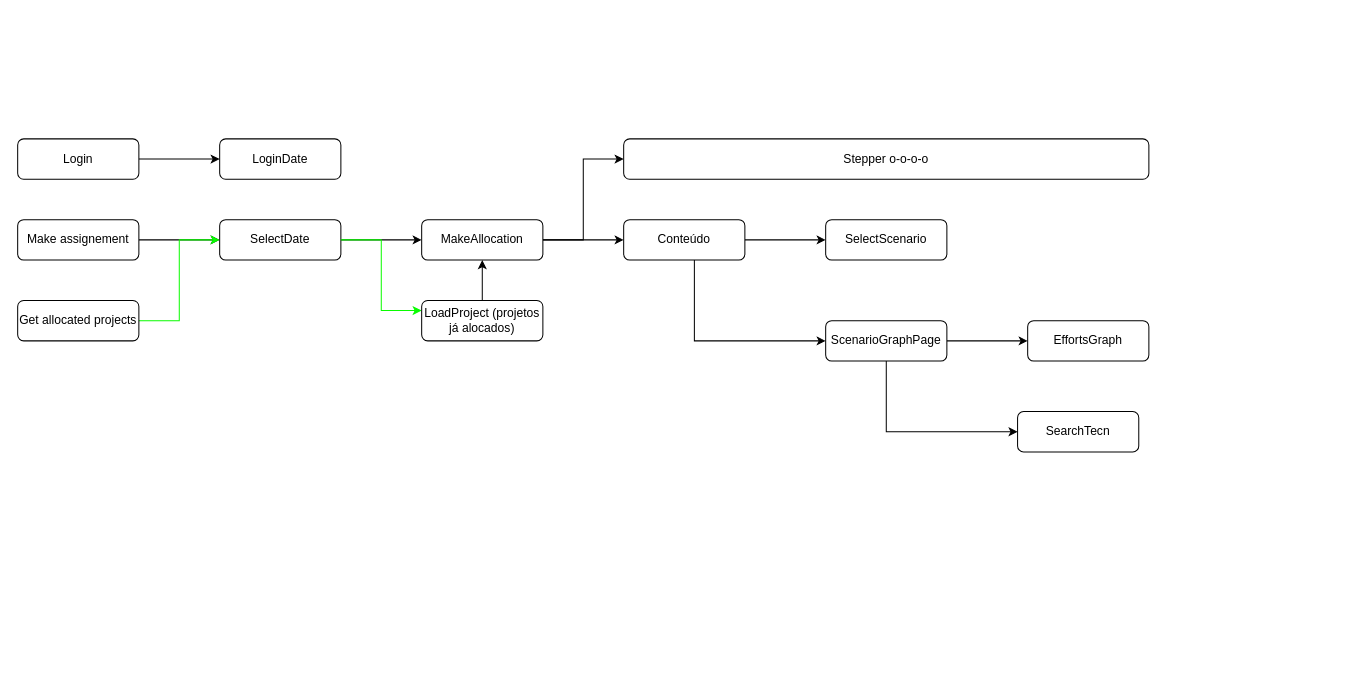
El-Banderas/ANI2 keeps this draw.io diagram as ani2/Documentation/PagesComponents.drawio. Above is the earlier version. Source tidied: cells renumbered, new cells numbered last; positions are measured from the earlier drawing's top-left corner, leaving out a move shared by most shapes. Both pictures are drawn from the tidied source at 101%, with x=0, y=0 at pixel (17, 138).
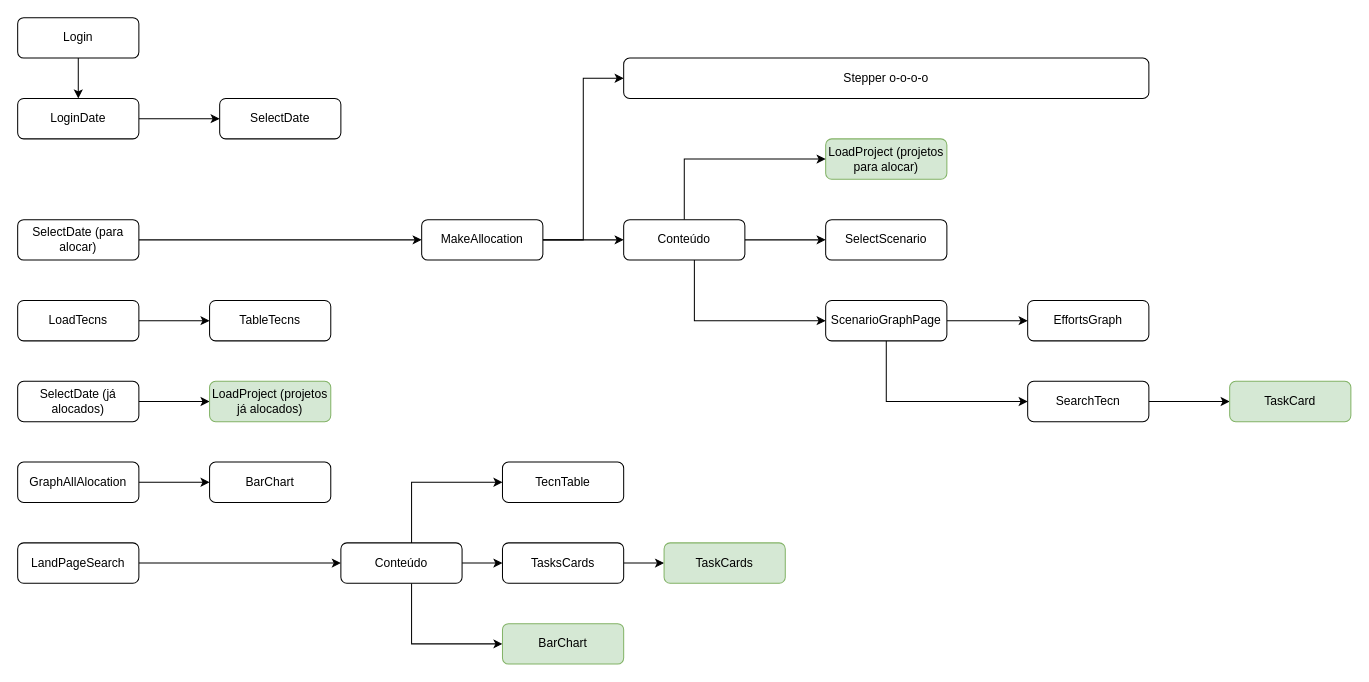
The same page after the edit.

The change refers to these unchanged cells:
```xml
<mxCell id="8" value="MakeAllocation" style="rounded=1;whiteSpace=wrap;html=1;" parent="1" vertex="1">
  <mxGeometry x="400" y="80" width="120" height="40" as="geometry" />
</mxCell>
<mxCell id="20" value="Conteúdo" style="rounded=1;whiteSpace=wrap;html=1;" parent="1" vertex="1">
  <mxGeometry x="600" y="80" width="120" height="40" as="geometry" />
</mxCell>
```

What changed in the source:
```diff
@@
-    <mxCell id="2" style="edgeStyle=orthogonalEdgeStyle;rounded=0;jettySize=auto;html=1;" parent="1" edge="1" source="3" target="5">
-      <mxGeometry relative="1" as="geometry" />
-    </mxCell>
-    <mxCell id="3" value="Make assignement" style="rounded=1;whiteSpace=wrap;html=1;" parent="1" vertex="1">
-      <mxGeometry y="80" width="120" height="40" as="geometry" />
-    </mxCell>
@@
-    <mxCell id="5" value="SelectDate" style="rounded=1;whiteSpace=wrap;html=1;" parent="1" vertex="1">
-      <mxGeometry x="200" y="80" width="120" height="40" as="geometry" />
+    <mxCell id="5" value="SelectDate (para alocar)" style="rounded=1;whiteSpace=wrap;html=1;" parent="1" vertex="1">
+      <mxGeometry y="80" width="120" height="40" as="geometry" />
     </mxCell>
@@
     <mxCell id="10" value="Login" style="rounded=1;whiteSpace=wrap;html=1;" parent="1" vertex="1">
-      <mxGeometry width="120" height="40" as="geometry" />
+      <mxGeometry y="-120" width="120" height="40" as="geometry" />
     </mxCell>
+    <mxCell id="27" style="edgeStyle=orthogonalEdgeStyle;rounded=0;jettySize=auto;html=1;" parent="1" edge="1" source="11" target="31">
+      <mxGeometry relative="1" as="geometry" />
+    </mxCell>
     <mxCell id="11" value="LoginDate" style="rounded=1;whiteSpace=wrap;html=1;" parent="1" vertex="1">
-      <mxGeometry x="200" width="120" height="40" as="geometry" />
+      <mxGeometry y="-40" width="120" height="40" as="geometry" />
     </mxCell>
-    <mxCell id="12" style="edgeStyle=orthogonalEdgeStyle;rounded=0;jettySize=auto;html=1;entryX=0;entryY=0.5;entryDx=0;entryDy=0;fillColor=#60a917;strokeColor=#09FC00;" parent="1" edge="1" source="13" target="5">
-      <mxGeometry relative="1" as="geometry" />
-    </mxCell>
-    <mxCell id="13" value="Get allocated projects" style="rounded=1;whiteSpace=wrap;html=1;" parent="1" vertex="1">
-      <mxGeometry y="160" width="120" height="40" as="geometry" />
-    </mxCell>
-    <mxCell id="14" style="edgeStyle=orthogonalEdgeStyle;rounded=0;jettySize=auto;html=1;fillColor=#60a917;strokeColor=#09FC00;exitX=1;exitY=0.5;exitDx=0;exitDy=0;" parent="1" edge="1" source="5">
-      <mxGeometry relative="1" as="geometry">
-        <mxPoint x="400" y="170" as="targetPoint" />
-        <Array as="points">
-          <mxPoint x="360" y="100" />
-          <mxPoint x="360" y="170" />
-        </Array>
-      </mxGeometry>
-    </mxCell>
-    <mxCell id="15" style="edgeStyle=orthogonalEdgeStyle;rounded=0;jettySize=auto;html=1;" parent="1" edge="1" source="16" target="8">
-      <mxGeometry relative="1" as="geometry" />
-    </mxCell>
+    <mxCell id="28" style="edgeStyle=orthogonalEdgeStyle;rounded=0;jettySize=auto;html=1;exitX=1;exitY=0.5;exitDx=0;exitDy=0;" parent="1" edge="1" source="33" target="32">
+      <mxGeometry relative="1" as="geometry" />
+    </mxCell>
-    <mxCell id="16" value="LoadProject (projetos já alocados)" style="rounded=1;whiteSpace=wrap;html=1;" parent="1" vertex="1">
-      <mxGeometry x="400" y="160" width="120" height="40" as="geometry" />
+    <mxCell id="16" value="LoadProject (projetos para alocar)" style="rounded=1;whiteSpace=wrap;html=1;fillColor=#d5e8d4;strokeColor=#82b366;" parent="1" vertex="1">
+      <mxGeometry x="800" width="120" height="40" as="geometry" />
     </mxCell>
     <mxCell id="17" value="Stepper o-o-o-o" style="rounded=1;whiteSpace=wrap;html=1;" parent="1" vertex="1">
-      <mxGeometry x="600" width="520" height="40" as="geometry" />
+      <mxGeometry x="600" y="-80" width="520" height="40" as="geometry" />
     </mxCell>
@@
     <mxCell id="19" style="edgeStyle=orthogonalEdgeStyle;rounded=0;jettySize=auto;html=1;" parent="1" edge="1" source="20" target="24">
       <mxGeometry relative="1" as="geometry">
         <Array as="points">
-          <mxPoint x="670" y="200" />
+          <mxPoint x="670" y="180" />
         </Array>
       </mxGeometry>
     </mxCell>
+    <mxCell id="29" style="edgeStyle=orthogonalEdgeStyle;rounded=0;jettySize=auto;html=1;entryX=0;entryY=0.5;entryDx=0;entryDy=0;" parent="1" edge="1" source="20" target="16">
+      <mxGeometry relative="1" as="geometry">
+        <Array as="points">
+          <mxPoint x="660" y="20" />
+        </Array>
+      </mxGeometry>
+    </mxCell>
@@
     <mxCell id="23" style="edgeStyle=orthogonalEdgeStyle;rounded=0;jettySize=auto;html=1;" parent="1" edge="1" source="24" target="26">
       <mxGeometry relative="1" as="geometry">
         <Array as="points">
-          <mxPoint x="860" y="290" />
+          <mxPoint x="860" y="260" />
         </Array>
       </mxGeometry>
     </mxCell>
     <mxCell id="24" value="ScenarioGraphPage" style="rounded=1;whiteSpace=wrap;html=1;" parent="1" vertex="1">
-      <mxGeometry x="800" y="180" width="120" height="40" as="geometry" />
+      <mxGeometry x="800" y="160" width="120" height="40" as="geometry" />
     </mxCell>
     <mxCell id="25" value="EffortsGraph" style="rounded=1;whiteSpace=wrap;html=1;" parent="1" vertex="1">
-      <mxGeometry x="1000" y="180" width="120" height="40" as="geometry" />
+      <mxGeometry x="1000" y="160" width="120" height="40" as="geometry" />
     </mxCell>
+    <mxCell id="30" style="edgeStyle=orthogonalEdgeStyle;rounded=0;jettySize=auto;html=1;" parent="1" edge="1" source="26" target="49">
+      <mxGeometry relative="1" as="geometry" />
+    </mxCell>
     <mxCell id="26" value="SearchTecn" style="rounded=1;whiteSpace=wrap;html=1;" parent="1" vertex="1">
-      <mxGeometry x="990" y="270" width="120" height="40" as="geometry" />
+      <mxGeometry x="1000" y="240" width="120" height="40" as="geometry" />
     </mxCell>
+    <mxCell id="31" value="SelectDate" style="rounded=1;whiteSpace=wrap;html=1;" parent="1" vertex="1">
+      <mxGeometry x="200" y="-40" width="120" height="40" as="geometry" />
+    </mxCell>
+    <mxCell id="32" value="TableTecns" style="rounded=1;whiteSpace=wrap;html=1;" parent="1" vertex="1">
+      <mxGeometry x="190" y="160" width="120" height="40" as="geometry" />
+    </mxCell>
+    <mxCell id="33" value="LoadTecns" style="rounded=1;whiteSpace=wrap;html=1;" parent="1" vertex="1">
+      <mxGeometry y="160" width="120" height="40" as="geometry" />
+    </mxCell>
+    <mxCell id="34" style="edgeStyle=orthogonalEdgeStyle;rounded=0;jettySize=auto;html=1;exitX=1;exitY=0.5;exitDx=0;exitDy=0;" parent="1" edge="1" source="36" target="35">
+      <mxGeometry relative="1" as="geometry" />
+    </mxCell>
+    <mxCell id="35" value="LoadProject (projetos já alocados)" style="rounded=1;whiteSpace=wrap;html=1;fillColor=#d5e8d4;strokeColor=#82b366;" parent="1" vertex="1">
+      <mxGeometry x="190" y="240" width="120" height="40" as="geometry" />
+    </mxCell>
+    <mxCell id="36" value="SelectDate (já alocados)" style="rounded=1;whiteSpace=wrap;html=1;" parent="1" vertex="1">
+      <mxGeometry y="240" width="120" height="40" as="geometry" />
+    </mxCell>
+    <mxCell id="37" style="edgeStyle=orthogonalEdgeStyle;rounded=0;jettySize=auto;html=1;exitX=1;exitY=0.5;exitDx=0;exitDy=0;" parent="1" edge="1" source="39" target="38">
+      <mxGeometry relative="1" as="geometry" />
+    </mxCell>
+    <mxCell id="38" value="BarChart" style="rounded=1;whiteSpace=wrap;html=1;" parent="1" vertex="1">
+      <mxGeometry x="190" y="320" width="120" height="40" as="geometry" />
+    </mxCell>
+    <mxCell id="39" value="GraphAllAlocation" style="rounded=1;whiteSpace=wrap;html=1;" parent="1" vertex="1">
+      <mxGeometry y="320" width="120" height="40" as="geometry" />
+    </mxCell>
+    <mxCell id="40" style="edgeStyle=orthogonalEdgeStyle;rounded=0;jettySize=auto;html=1;exitX=1;exitY=0.5;exitDx=0;exitDy=0;" parent="1" edge="1" source="45" target="44">
+      <mxGeometry relative="1" as="geometry" />
+    </mxCell>
+    <mxCell id="41" style="edgeStyle=orthogonalEdgeStyle;rounded=0;jettySize=auto;html=1;" parent="1" edge="1" source="44" target="46">
+      <mxGeometry relative="1" as="geometry">
+        <Array as="points">
+          <mxPoint x="390" y="340" />
+        </Array>
+      </mxGeometry>
+    </mxCell>
+    <mxCell id="42" style="edgeStyle=orthogonalEdgeStyle;rounded=0;jettySize=auto;html=1;" parent="1" edge="1" source="44" target="48">
+      <mxGeometry relative="1" as="geometry" />
+    </mxCell>
+    <mxCell id="43" style="edgeStyle=orthogonalEdgeStyle;rounded=0;jettySize=auto;html=1;entryX=0;entryY=0.5;entryDx=0;entryDy=0;" parent="1" edge="1" source="44" target="51">
+      <mxGeometry relative="1" as="geometry">
+        <Array as="points">
+          <mxPoint x="390" y="500" />
+        </Array>
+      </mxGeometry>
+    </mxCell>
+    <mxCell id="44" value="Conteúdo" style="rounded=1;whiteSpace=wrap;html=1;" parent="1" vertex="1">
+      <mxGeometry x="320" y="400" width="120" height="40" as="geometry" />
+    </mxCell>
+    <mxCell id="45" value="LandPageSearch" style="rounded=1;whiteSpace=wrap;html=1;" parent="1" vertex="1">
+      <mxGeometry y="400" width="120" height="40" as="geometry" />
+    </mxCell>
+    <mxCell id="46" value="TecnTable" style="rounded=1;whiteSpace=wrap;html=1;" parent="1" vertex="1">
+      <mxGeometry x="480" y="320" width="120" height="40" as="geometry" />
+    </mxCell>
+    <mxCell id="47" style="edgeStyle=orthogonalEdgeStyle;rounded=0;jettySize=auto;html=1;" parent="1" edge="1" source="48" target="50">
+      <mxGeometry relative="1" as="geometry" />
+    </mxCell>
+    <mxCell id="48" value="TasksCards" style="rounded=1;whiteSpace=wrap;html=1;" parent="1" vertex="1">
+      <mxGeometry x="480" y="400" width="120" height="40" as="geometry" />
+    </mxCell>
+    <mxCell id="49" value="TaskCard" style="rounded=1;whiteSpace=wrap;html=1;fillColor=#d5e8d4;strokeColor=#82b366;" parent="1" vertex="1">
+      <mxGeometry x="1200" y="240" width="120" height="40" as="geometry" />
+    </mxCell>
+    <mxCell id="50" value="TaskCards" style="rounded=1;whiteSpace=wrap;html=1;fillColor=#d5e8d4;strokeColor=#82b366;" parent="1" vertex="1">
+      <mxGeometry x="640" y="400" width="120" height="40" as="geometry" />
+    </mxCell>
+    <mxCell id="51" value="BarChart" style="rounded=1;whiteSpace=wrap;html=1;fillColor=#d5e8d4;strokeColor=#82b366;" parent="1" vertex="1">
+      <mxGeometry x="480" y="480" width="120" height="40" as="geometry" />
+    </mxCell>
```
